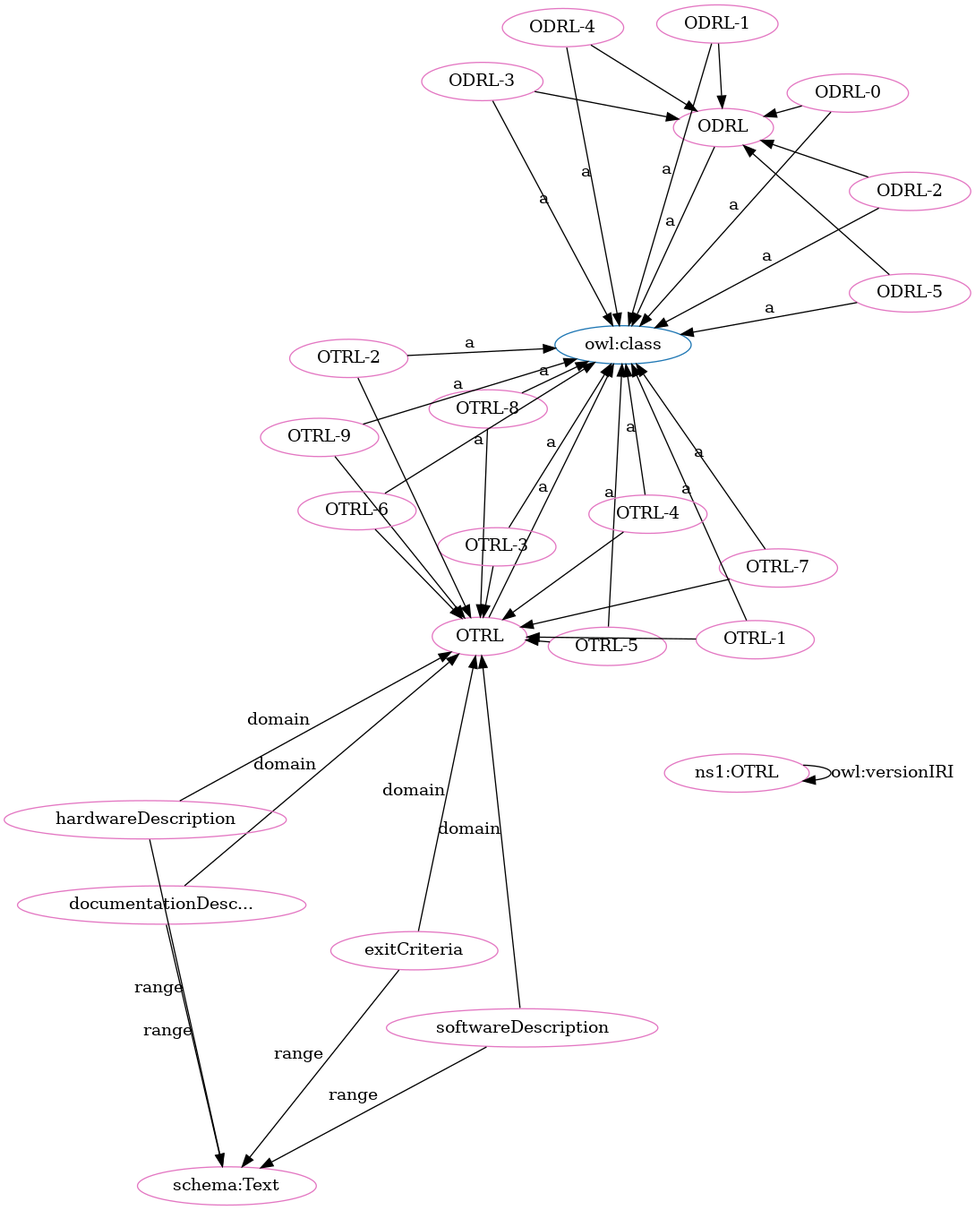
OPEN-NEXT/OKH-LOSH keeps this Graphviz diagram as OTRL-clean.png. Above is the earlier version. Its source is kept beside it as OTRL-clean.dot.
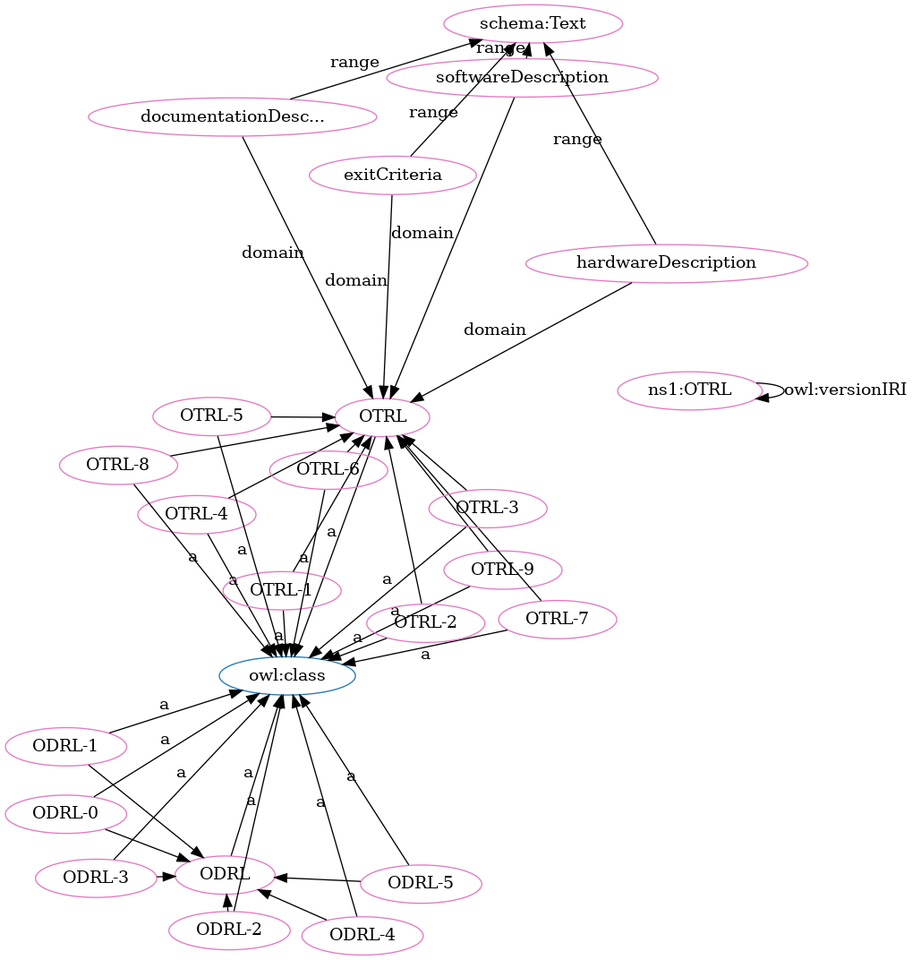
The same file after the commit.

Change to the diagram source:
```diff
@@ -1,71 +1,71 @@
 digraph G {
   rankdir=BT
   node[height=.3]
-"http://purl.org/oseg/ontologies/OTRL#ODRL" [fillcolor="#1f77b4" color="#1f77b4" label="ODRL"]
 "http://www.w3.org/2002/07/owl#class" [fillcolor="#1f77b4" color="#1f77b4" label="owl:class"]
 "http://purl.org/oseg/ontologies/OTRL#OTRL" [fillcolor="#1f77b4" color="#1f77b4" label="OTRL"]
+"http://purl.org/oseg/ontologies/OTRL#ODRL" [fillcolor="#1f77b4" color="#1f77b4" label="ODRL"]
+"http://purl.org/oseg/ontologies/OTRL#ODRL" [fillcolor="#e377c2" color="#e377c2" label="ODRL"]
 "http://purl.org/oseg/ontologies/OTRL#OTRL" [fillcolor="#e377c2" color="#e377c2" label="OTRL"]
+"http://purl.org/oseg/ontologies/OTRL#softwareDescription" [fillcolor="#e377c2" color="#e377c2" label="softwareDescription"]
+"http://purl.org/oseg/ontologies/OTRL#hardwareDescription" [fillcolor="#e377c2" color="#e377c2" label="hardwareDescription"]
+"http://purl.org/oseg/ontologies/OTRL#OTRL-4" [fillcolor="#e377c2" color="#e377c2" label="OTRL-4"]
+"http://schema.org/Text" [fillcolor="#e377c2" color="#e377c2" label="schema:Text"]
+"http://purl.org/oseg/ontologies/OTRL#OTRL-9" [fillcolor="#e377c2" color="#e377c2" label="OTRL-9"]
+"http://purl.org/oseg/ontologies/OTRL#ODRL-5" [fillcolor="#e377c2" color="#e377c2" label="ODRL-5"]
+"http://purl.org/oseg/ontologies/OTRL#ODRL-2" [fillcolor="#e377c2" color="#e377c2" label="ODRL-2"]
 "http://purl.org/oseg/ontologies/OTRL#OTRL-7" [fillcolor="#e377c2" color="#e377c2" label="OTRL-7"]
+"http://purl.org/oseg/ontologies/OTRL#exitCriteria" [fillcolor="#e377c2" color="#e377c2" label="exitCriteria"]
+"http://purl.org/oseg/ontologies/OTRL#ODRL-1" [fillcolor="#e377c2" color="#e377c2" label="ODRL-1"]
+"http://purl.org/oseg/ontologies/OTRL#ODRL-4" [fillcolor="#e377c2" color="#e377c2" label="ODRL-4"]
+"http://purl.org/oseg/ontologies/OTRL#OTRL-1" [fillcolor="#e377c2" color="#e377c2" label="OTRL-1"]
+"http://purl.org/oseg/ontologies/OTRL#OTRL-5" [fillcolor="#e377c2" color="#e377c2" label="OTRL-5"]
+"http://purl.org/oseg/ontologies/OTRL#OTRL-6" [fillcolor="#e377c2" color="#e377c2" label="OTRL-6"]
+"http://purl.org/oseg/ontologies/OTRL#ODRL-0" [fillcolor="#e377c2" color="#e377c2" label="ODRL-0"]
+"http://purl.org/oseg/ontologies/OTRL" [fillcolor="#e377c2" color="#e377c2" label="ns1:OTRL"]
 "http://purl.org/oseg/ontologies/OTRL#OTRL-8" [fillcolor="#e377c2" color="#e377c2" label="OTRL-8"]
-"http://purl.org/oseg/ontologies/OTRL" [fillcolor="#e377c2" color="#e377c2" label="ns1:OTRL"]
-"http://purl.org/oseg/ontologies/OTRL#ODRL" [fillcolor="#e377c2" color="#e377c2" label="ODRL"]
-"http://schema.org/Text" [fillcolor="#e377c2" color="#e377c2" label="schema:Text"]
-"http://purl.org/oseg/ontologies/OTRL#OTRL-5" [fillcolor="#e377c2" color="#e377c2" label="OTRL-5"]
-"http://purl.org/oseg/ontologies/OTRL#OTRL-1" [fillcolor="#e377c2" color="#e377c2" label="OTRL-1"]
 "http://purl.org/oseg/ontologies/OTRL#documentationDescription" [fillcolor="#e377c2" color="#e377c2" label="documentationDesc..."]
+"http://purl.org/oseg/ontologies/OTRL#OTRL-2" [fillcolor="#e377c2" color="#e377c2" label="OTRL-2"]
+"http://purl.org/oseg/ontologies/OTRL#ODRL-3" [fillcolor="#e377c2" color="#e377c2" label="ODRL-3"]
 "http://purl.org/oseg/ontologies/OTRL#OTRL-3" [fillcolor="#e377c2" color="#e377c2" label="OTRL-3"]
-"http://purl.org/oseg/ontologies/OTRL#ODRL-2" [fillcolor="#e377c2" color="#e377c2" label="ODRL-2"]
-"http://purl.org/oseg/ontologies/OTRL#OTRL-9" [fillcolor="#e377c2" color="#e377c2" label="OTRL-9"]
-"http://purl.org/oseg/ontologies/OTRL#hardwareDescription" [fillcolor="#e377c2" color="#e377c2" label="hardwareDescription"]
-"http://purl.org/oseg/ontologies/OTRL#ODRL-0" [fillcolor="#e377c2" color="#e377c2" label="ODRL-0"]
-"http://purl.org/oseg/ontologies/OTRL#ODRL-5" [fillcolor="#e377c2" color="#e377c2" label="ODRL-5"]
-"http://purl.org/oseg/ontologies/OTRL#ODRL-3" [fillcolor="#e377c2" color="#e377c2" label="ODRL-3"]
-"http://purl.org/oseg/ontologies/OTRL#OTRL-2" [fillcolor="#e377c2" color="#e377c2" label="OTRL-2"]
-"http://purl.org/oseg/ontologies/OTRL#exitCriteria" [fillcolor="#e377c2" color="#e377c2" label="exitCriteria"]
-"http://purl.org/oseg/ontologies/OTRL#OTRL-6" [fillcolor="#e377c2" color="#e377c2" label="OTRL-6"]
-"http://purl.org/oseg/ontologies/OTRL#ODRL-1" [fillcolor="#e377c2" color="#e377c2" label="ODRL-1"]
-"http://purl.org/oseg/ontologies/OTRL#softwareDescription" [fillcolor="#e377c2" color="#e377c2" label="softwareDescription"]
-"http://purl.org/oseg/ontologies/OTRL#ODRL-4" [fillcolor="#e377c2" color="#e377c2" label="ODRL-4"]
-"http://purl.org/oseg/ontologies/OTRL#OTRL-4" [fillcolor="#e377c2" color="#e377c2" label="OTRL-4"]
+  "http://purl.org/oseg/ontologies/OTRL#OTRL-1" -> "http://purl.org/oseg/ontologies/OTRL#OTRL" [label=""]
+  "http://purl.org/oseg/ontologies/OTRL#OTRL-9" -> "http://www.w3.org/2002/07/owl#class" [label="a"]
+  "http://purl.org/oseg/ontologies/OTRL#hardwareDescription" -> "http://schema.org/Text" [label="range"]
+  "http://purl.org/oseg/ontologies/OTRL#ODRL-5" -> "http://www.w3.org/2002/07/owl#class" [label="a"]
+  "http://purl.org/oseg/ontologies/OTRL#ODRL-3" -> "http://purl.org/oseg/ontologies/OTRL#ODRL" [label=""]
+  "http://purl.org/oseg/ontologies/OTRL#ODRL-2" -> "http://www.w3.org/2002/07/owl#class" [label="a"]
+  "http://purl.org/oseg/ontologies/OTRL#documentationDescription" -> "http://schema.org/Text" [label="range"]
+  "http://purl.org/oseg/ontologies/OTRL#OTRL-3" -> "http://purl.org/oseg/ontologies/OTRL#OTRL" [label=""]
+  "http://purl.org/oseg/ontologies/OTRL#ODRL-1" -> "http://www.w3.org/2002/07/owl#class" [label="a"]
+  "http://purl.org/oseg/ontologies/OTRL#ODRL-4" -> "http://www.w3.org/2002/07/owl#class" [label="a"]
+  "http://purl.org/oseg/ontologies/OTRL#hardwareDescription" -> "http://purl.org/oseg/ontologies/OTRL#OTRL" [label="domain"]
+  "http://purl.org/oseg/ontologies/OTRL#OTRL-1" -> "http://www.w3.org/2002/07/owl#class" [label="a"]
+  "http://purl.org/oseg/ontologies/OTRL#OTRL-4" -> "http://purl.org/oseg/ontologies/OTRL#OTRL" [label=""]
   "http://purl.org/oseg/ontologies/OTRL#OTRL-7" -> "http://purl.org/oseg/ontologies/OTRL#OTRL" [label=""]
+  "http://purl.org/oseg/ontologies/OTRL#OTRL-2" -> "http://www.w3.org/2002/07/owl#class" [label="a"]
+  "http://purl.org/oseg/ontologies/OTRL#exitCriteria" -> "http://schema.org/Text" [label="range"]
+  "http://purl.org/oseg/ontologies/OTRL#ODRL-3" -> "http://www.w3.org/2002/07/owl#class" [label="a"]
+  "http://purl.org/oseg/ontologies/OTRL#OTRL-2" -> "http://purl.org/oseg/ontologies/OTRL#OTRL" [label=""]
+  "http://purl.org/oseg/ontologies/OTRL#OTRL-3" -> "http://www.w3.org/2002/07/owl#class" [label="a"]
+  "http://purl.org/oseg/ontologies/OTRL#ODRL-0" -> "http://purl.org/oseg/ontologies/OTRL#ODRL" [label=""]
+  "http://purl.org/oseg/ontologies/OTRL#OTRL-4" -> "http://www.w3.org/2002/07/owl#class" [label="a"]
+  "http://purl.org/oseg/ontologies/OTRL#softwareDescription" -> "http://schema.org/Text" [label="range"]
+  "http://purl.org/oseg/ontologies/OTRL#OTRL-5" -> "http://purl.org/oseg/ontologies/OTRL#OTRL" [label=""]
+  "http://purl.org/oseg/ontologies/OTRL#OTRL-6" -> "http://purl.org/oseg/ontologies/OTRL#OTRL" [label=""]
+  "http://purl.org/oseg/ontologies/OTRL#exitCriteria" -> "http://purl.org/oseg/ontologies/OTRL#OTRL" [label="domain"]
+  "http://purl.org/oseg/ontologies/OTRL#OTRL-8" -> "http://purl.org/oseg/ontologies/OTRL#OTRL" [label=""]
   "http://purl.org/oseg/ontologies/OTRL#OTRL-7" -> "http://www.w3.org/2002/07/owl#class" [label="a"]
+  "http://purl.org/oseg/ontologies/OTRL#ODRL-4" -> "http://purl.org/oseg/ontologies/OTRL#ODRL" [label=""]
+  "http://purl.org/oseg/ontologies/OTRL#softwareDescription" -> "http://purl.org/oseg/ontologies/OTRL#OTRL" [label="domain"]
+  "http://purl.org/oseg/ontologies/OTRL#ODRL-5" -> "http://purl.org/oseg/ontologies/OTRL#ODRL" [label=""]
+  "http://purl.org/oseg/ontologies/OTRL#OTRL-5" -> "http://www.w3.org/2002/07/owl#class" [label="a"]
+  "http://purl.org/oseg/ontologies/OTRL#ODRL-2" -> "http://purl.org/oseg/ontologies/OTRL#ODRL" [label=""]
+  "http://purl.org/oseg/ontologies/OTRL#OTRL-6" -> "http://www.w3.org/2002/07/owl#class" [label="a"]
+  "http://purl.org/oseg/ontologies/OTRL#OTRL-9" -> "http://purl.org/oseg/ontologies/OTRL#OTRL" [label=""]
+  "http://purl.org/oseg/ontologies/OTRL#ODRL-0" -> "http://www.w3.org/2002/07/owl#class" [label="a"]
+  "http://purl.org/oseg/ontologies/OTRL" -> "http://purl.org/oseg/ontologies/OTRL" [label="owl:versionIRI"]
   "http://purl.org/oseg/ontologies/OTRL#OTRL-8" -> "http://www.w3.org/2002/07/owl#class" [label="a"]
-  "http://purl.org/oseg/ontologies/OTRL" -> "http://purl.org/oseg/ontologies/OTRL" [label="owl:versionIRI"]
-  "http://purl.org/oseg/ontologies/OTRL#exitCriteria" -> "http://schema.org/Text" [label="range"]
-  "http://purl.org/oseg/ontologies/OTRL#OTRL-5" -> "http://www.w3.org/2002/07/owl#class" [label="a"]
-  "http://purl.org/oseg/ontologies/OTRL#OTRL-6" -> "http://purl.org/oseg/ontologies/OTRL#OTRL" [label=""]
-  "http://purl.org/oseg/ontologies/OTRL#OTRL-1" -> "http://www.w3.org/2002/07/owl#class" [label="a"]
-  "http://purl.org/oseg/ontologies/OTRL#OTRL-3" -> "http://www.w3.org/2002/07/owl#class" [label="a"]
-  "http://purl.org/oseg/ontologies/OTRL#hardwareDescription" -> "http://schema.org/Text" [label="range"]
   "http://purl.org/oseg/ontologies/OTRL#documentationDescription" -> "http://purl.org/oseg/ontologies/OTRL#OTRL" [label="domain"]
-  "http://purl.org/oseg/ontologies/OTRL#OTRL-6" -> "http://www.w3.org/2002/07/owl#class" [label="a"]
-  "http://purl.org/oseg/ontologies/OTRL#softwareDescription" -> "http://schema.org/Text" [label="range"]
-  "http://purl.org/oseg/ontologies/OTRL#ODRL-1" -> "http://www.w3.org/2002/07/owl#class" [label="a"]
   "http://purl.org/oseg/ontologies/OTRL#ODRL-1" -> "http://purl.org/oseg/ontologies/OTRL#ODRL" [label=""]
-  "http://purl.org/oseg/ontologies/OTRL#ODRL-4" -> "http://www.w3.org/2002/07/owl#class" [label="a"]
-  "http://purl.org/oseg/ontologies/OTRL#OTRL-2" -> "http://purl.org/oseg/ontologies/OTRL#OTRL" [label=""]
-  "http://purl.org/oseg/ontologies/OTRL#ODRL-4" -> "http://purl.org/oseg/ontologies/OTRL#ODRL" [label=""]
+  "http://purl.org/oseg/ontologies/OTRL#OTRL" -> "http://www.w3.org/2002/07/owl#class" [label="a"]
   "http://purl.org/oseg/ontologies/OTRL#ODRL" -> "http://www.w3.org/2002/07/owl#class" [label="a"]
-  "http://purl.org/oseg/ontologies/OTRL#softwareDescription" -> "http://purl.org/oseg/ontologies/OTRL#OTRL" [label="domain"]
-  "http://purl.org/oseg/ontologies/OTRL#hardwareDescription" -> "http://purl.org/oseg/ontologies/OTRL#OTRL" [label="domain"]
-  "http://purl.org/oseg/ontologies/OTRL#OTRL-4" -> "http://purl.org/oseg/ontologies/OTRL#OTRL" [label=""]
-  "http://purl.org/oseg/ontologies/OTRL#ODRL-2" -> "http://www.w3.org/2002/07/owl#class" [label="a"]
-  "http://purl.org/oseg/ontologies/OTRL#OTRL-9" -> "http://www.w3.org/2002/07/owl#class" [label="a"]
-  "http://purl.org/oseg/ontologies/OTRL#OTRL-9" -> "http://purl.org/oseg/ontologies/OTRL#OTRL" [label=""]
-  "http://purl.org/oseg/ontologies/OTRL#OTRL-8" -> "http://purl.org/oseg/ontologies/OTRL#OTRL" [label=""]
-  "http://purl.org/oseg/ontologies/OTRL#exitCriteria" -> "http://purl.org/oseg/ontologies/OTRL#OTRL" [label="domain"]
-  "http://purl.org/oseg/ontologies/OTRL#ODRL-0" -> "http://www.w3.org/2002/07/owl#class" [label="a"]
-  "http://purl.org/oseg/ontologies/OTRL#ODRL-2" -> "http://purl.org/oseg/ontologies/OTRL#ODRL" [label=""]
-  "http://purl.org/oseg/ontologies/OTRL#OTRL-5" -> "http://purl.org/oseg/ontologies/OTRL#OTRL" [label=""]
-  "http://purl.org/oseg/ontologies/OTRL#ODRL-5" -> "http://www.w3.org/2002/07/owl#class" [label="a"]
-  "http://purl.org/oseg/ontologies/OTRL#ODRL-3" -> "http://www.w3.org/2002/07/owl#class" [label="a"]
-  "http://purl.org/oseg/ontologies/OTRL#OTRL-2" -> "http://www.w3.org/2002/07/owl#class" [label="a"]
-  "http://purl.org/oseg/ontologies/OTRL#ODRL-0" -> "http://purl.org/oseg/ontologies/OTRL#ODRL" [label=""]
-  "http://purl.org/oseg/ontologies/OTRL#ODRL-3" -> "http://purl.org/oseg/ontologies/OTRL#ODRL" [label=""]
-  "http://purl.org/oseg/ontologies/OTRL#documentationDescription" -> "http://schema.org/Text" [label="range"]
-  "http://purl.org/oseg/ontologies/OTRL#ODRL-5" -> "http://purl.org/oseg/ontologies/OTRL#ODRL" [label=""]
-  "http://purl.org/oseg/ontologies/OTRL#OTRL-1" -> "http://purl.org/oseg/ontologies/OTRL#OTRL" [label=""]
-  "http://purl.org/oseg/ontologies/OTRL#OTRL" -> "http://www.w3.org/2002/07/owl#class" [label="a"]
-  "http://purl.org/oseg/ontologies/OTRL#OTRL-3" -> "http://purl.org/oseg/ontologies/OTRL#OTRL" [label=""]
-  "http://purl.org/oseg/ontologies/OTRL#OTRL-4" -> "http://www.w3.org/2002/07/owl#class" [label="a"]
 }
```
